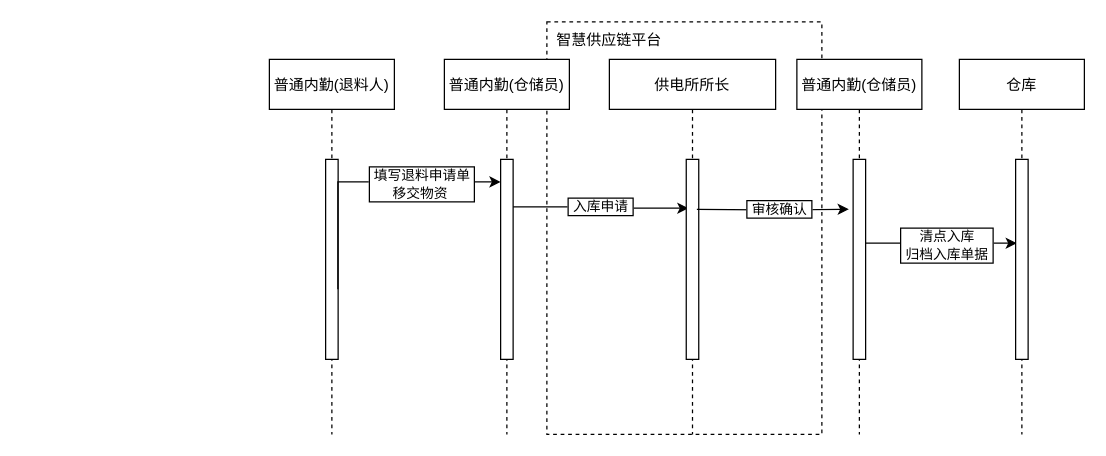
This is 退库流程图.drawio from KongValley/Bilibili-desc, a draw.io file, before an edit. Source tidied: cells renumbered, new cells numbered last; positions are measured from the earlier drawing's top-left corner, leaving out a move shared by most shapes. Both pictures are drawn from the tidied source at 125%, with x=0, y=0 at pixel (269, 21).
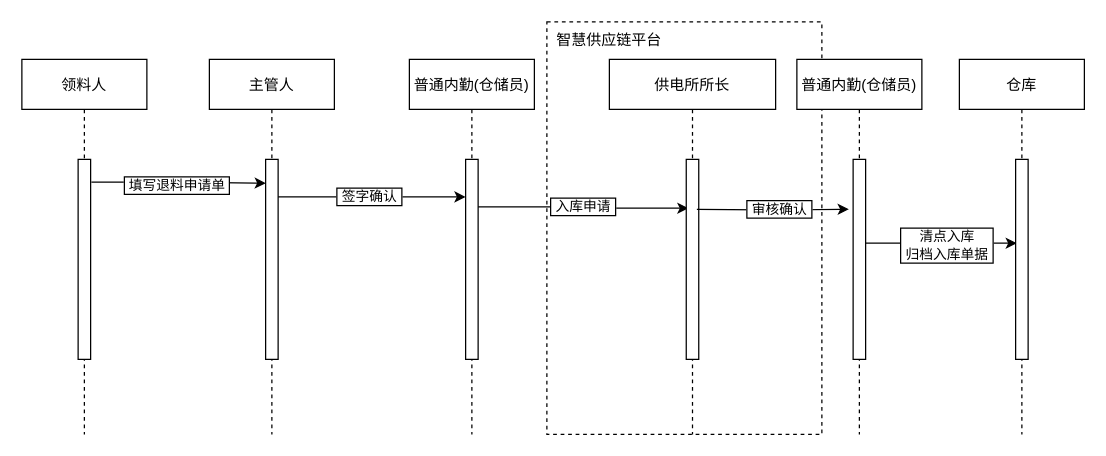
The same page after the edit.

Commit message:
更新退库流程图.drawio

Unchanged cells that the change refers to:
```xml
<mxCell id="6" style="points=[];perimeter=orthogonalPerimeter;rounded=0;shadow=0;strokeWidth=1;" parent="5" vertex="1">
  <mxGeometry x="45" y="80" width="10" height="160" as="geometry" />
</mxCell>
<mxCell id="12" style="points=[];perimeter=orthogonalPerimeter;rounded=0;shadow=0;strokeWidth=1;" parent="9" vertex="1">
  <mxGeometry x="45" y="80" width="10" height="160" as="geometry" />
</mxCell>
<mxCell id="14" style="points=[];perimeter=orthogonalPerimeter;rounded=0;shadow=0;strokeWidth=1;" parent="13" vertex="1">
  <mxGeometry x="61.5" y="80" width="10" height="160" as="geometry" />
</mxCell>
```

Change to the diagram source:
```diff
@@
-    <mxCell id="5" value="普通内勤(退料人)" style="shape=umlLifeline;perimeter=lifelinePerimeter;rounded=0;shadow=0;strokeWidth=1;" parent="1" vertex="1">
-      <mxGeometry y="30" width="100" height="300" as="geometry" />
+    <mxCell id="5" value="领料人" style="shape=umlLifeline;perimeter=lifelinePerimeter;rounded=0;shadow=0;strokeWidth=1;" parent="1" vertex="1">
+      <mxGeometry x="-198" y="30" width="100" height="300" as="geometry" />
     </mxCell>
@@
-    <mxCell id="7" style="edgeStyle=orthogonalEdgeStyle;rounded=0;jettySize=auto;html=1;entryX=0.18;entryY=0.244;entryDx=0;entryDy=0;entryPerimeter=0;" parent="1" edge="1" target="14">
+    <mxCell id="7" style="edgeStyle=orthogonalEdgeStyle;rounded=0;jettySize=auto;html=1;entryX=0.18;entryY=0.244;entryDx=0;entryDy=0;entryPerimeter=0;exitX=0.9;exitY=0.229;exitDx=0;exitDy=0;exitPerimeter=0;" parent="1" edge="1" source="12" target="14">
       <mxGeometry relative="1" as="geometry">
-        <mxPoint x="189.5" y="148" as="sourcePoint" />
         <Array as="points">
+          <mxPoint x="166" y="148" />
           <mxPoint x="260" y="148" />
+          <mxPoint x="260" y="149" />
         </Array>
       </mxGeometry>
     </mxCell>
@@
     <mxCell id="9" value="普通内勤(仓储员)" style="shape=umlLifeline;perimeter=lifelinePerimeter;rounded=0;shadow=0;strokeWidth=1;" parent="1" vertex="1">
-      <mxGeometry x="140" y="30" width="100" height="300" as="geometry" />
+      <mxGeometry x="112" y="30" width="100" height="300" as="geometry" />
     </mxCell>
-    <mxCell id="10" style="edgeStyle=orthogonalEdgeStyle;rounded=0;jettySize=auto;html=1;exitX=0.98;exitY=0.649;exitDx=0;exitDy=0;exitPerimeter=0;" parent="9" edge="1" source="6">
-      <mxGeometry relative="1" as="geometry">
-        <mxPoint x="45" y="98" as="targetPoint" />
-        <Array as="points">
-          <mxPoint x="-85" y="98" />
-        </Array>
-      </mxGeometry>
-    </mxCell>
-    <mxCell id="11" value="&amp;nbsp;填写退料申请单&amp;nbsp;&lt;br&gt;移交物资&amp;nbsp;" style="edgeLabel;html=1;align=center;verticalAlign=middle;labelBorderColor=default;" parent="10" vertex="1">
-      <mxGeometry x="0.26" y="-1" relative="1" as="geometry">
-        <mxPoint x="17" as="offset" />
-      </mxGeometry>
-    </mxCell>
@@
+    <mxCell id="23" value="主管人" style="shape=umlLifeline;perimeter=lifelinePerimeter;rounded=0;shadow=0;strokeWidth=1;" parent="1" vertex="1">
+      <mxGeometry x="-48" y="30" width="100" height="300" as="geometry" />
+    </mxCell>
+    <mxCell id="24" style="points=[];perimeter=orthogonalPerimeter;rounded=0;shadow=0;strokeWidth=1;" parent="23" vertex="1">
+      <mxGeometry x="45" y="80" width="10" height="160" as="geometry" />
+    </mxCell>
+    <mxCell id="25" style="edgeStyle=orthogonalEdgeStyle;rounded=0;jettySize=auto;html=1;labelBackgroundColor=none;" parent="1" edge="1" source="24" target="12">
+      <mxGeometry relative="1" as="geometry">
+        <Array as="points">
+          <mxPoint x="122" y="140" />
+          <mxPoint x="122" y="140" />
+        </Array>
+      </mxGeometry>
+    </mxCell>
+    <mxCell id="26" value="&amp;nbsp;签字确认&amp;nbsp;" style="edgeLabel;html=1;align=center;verticalAlign=middle;labelBorderColor=default;" parent="25" vertex="1">
+      <mxGeometry x="0.24" y="1" relative="1" as="geometry">
+        <mxPoint x="-21" as="offset" />
+      </mxGeometry>
+    </mxCell>
+    <mxCell id="10" style="edgeStyle=orthogonalEdgeStyle;rounded=0;jettySize=auto;html=1;entryX=0.02;entryY=0.119;entryDx=0;entryDy=0;entryPerimeter=0;exitX=1.06;exitY=0.114;exitDx=0;exitDy=0;exitPerimeter=0;" parent="1" edge="1" source="6" target="24">
+      <mxGeometry relative="1" as="geometry" />
+    </mxCell>
+    <mxCell id="11" value="&amp;nbsp;填写退料申请单&amp;nbsp;" style="edgeLabel;html=1;align=center;verticalAlign=middle;labelBorderColor=default;" parent="10" vertex="1">
+      <mxGeometry x="0.26" y="-1" relative="1" as="geometry">
+        <mxPoint x="-19" as="offset" />
+      </mxGeometry>
+    </mxCell>
```
